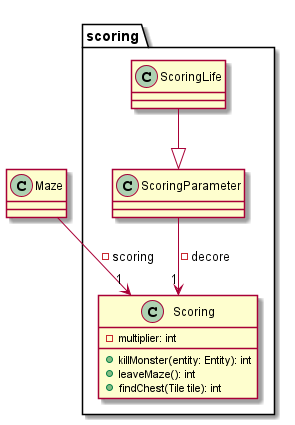
This is doc/second_sprint/diagrams/class/scoring.png from Reynault/ACL_2019_Zelpop, a PlantUML export, as it was before one commit.
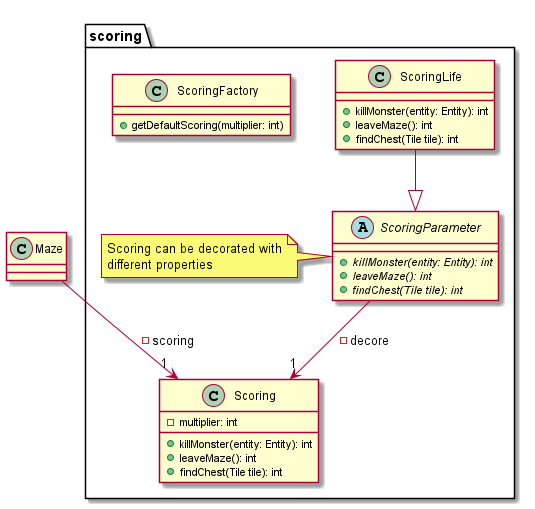
After the change.

Commit message:
second sprint: update class diagrams

The edit, as a diff of the source:
```diff
@@ -13,12 +13,22 @@
         + findChest(Tile tile): int
     }
 
-    class ScoringParameter{
-
+    abstract ScoringParameter{
+        + {abstract} killMonster(entity: Entity): int
+        + {abstract} leaveMaze(): int
+        + {abstract} findChest(Tile tile): int
     }
 
+    note left: Scoring can be decorated with\ndifferent properties
+
     class ScoringLife{
+        + killMonster(entity: Entity): int
+        + leaveMaze(): int
+        + findChest(Tile tile): int
+    }
 
+    class ScoringFactory{
+        + getDefaultScoring(multiplier: int)
     }
 
 }
```
